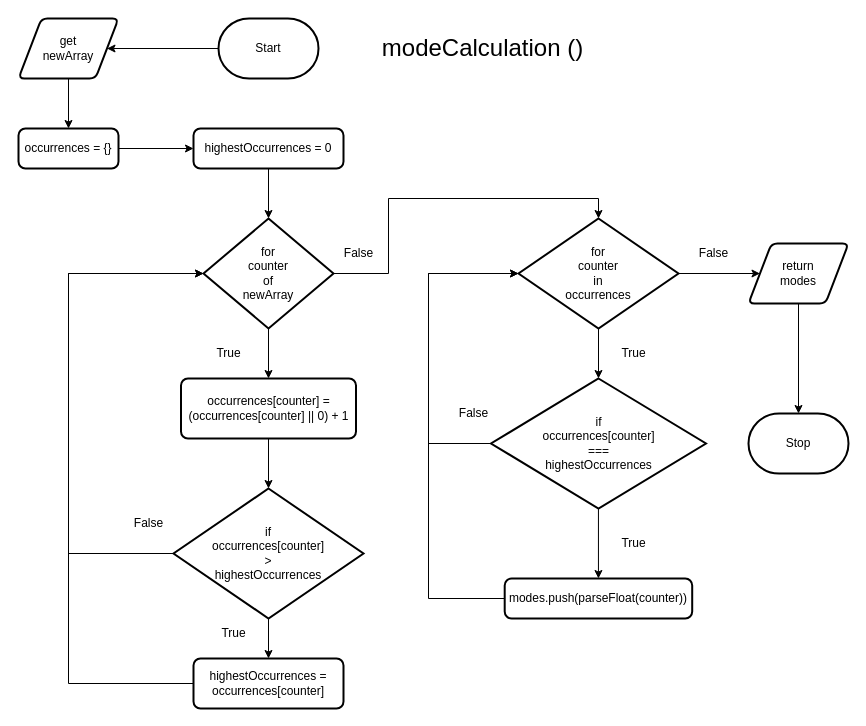
Before: design/modeFlowchart.drawio in Emmanuel-Fofeyin/ICS4U-Unit1-06-Typescript, a draw.io diagram. Source tidied: cells renumbered, new cells numbered last; positions are measured from the earlier drawing's top-left corner, leaving out a move shared by most shapes. Both pictures are drawn from the tidied source at 100%, with x=0, y=0 at pixel (18, 18).
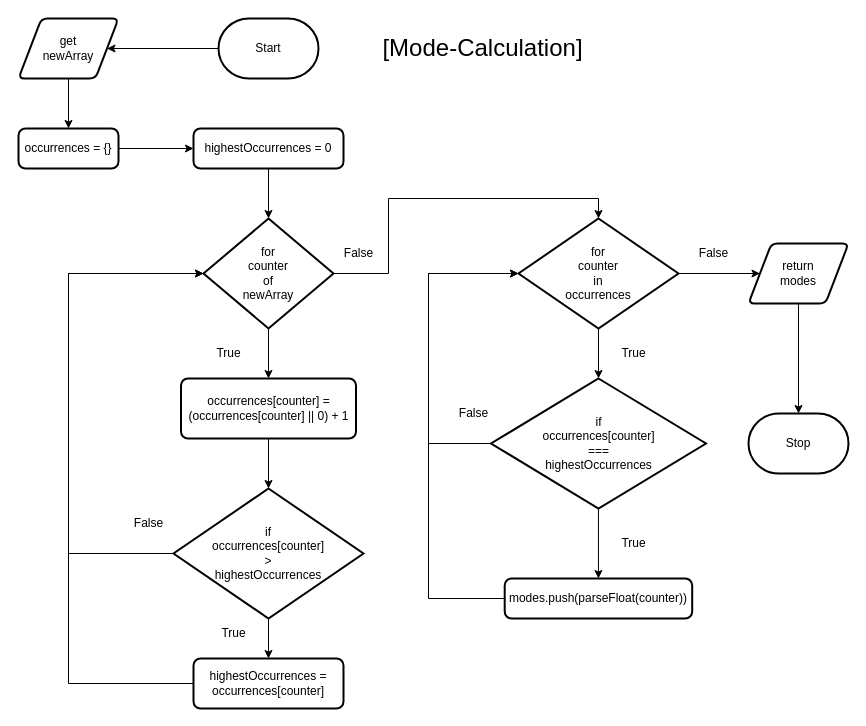
After the change.

The edit, as a diff of the source:
```diff
@@
-    <mxCell id="39" value="&lt;font style=&quot;font-size: 24px;&quot;&gt;modeCalculation ()&lt;/font&gt;" style="text;html=1;align=center;verticalAlign=middle;strokeColor=none;fillColor=none;" parent="1" vertex="1">
+    <mxCell id="39" value="&lt;font style=&quot;font-size: 24px;&quot;&gt;[Mode-Calculation]&lt;/font&gt;" style="text;html=1;align=center;verticalAlign=middle;strokeColor=none;fillColor=none;" parent="1" vertex="1">
       <mxGeometry x="354" y="10" width="220" height="40" as="geometry" />
     </mxCell>
```
